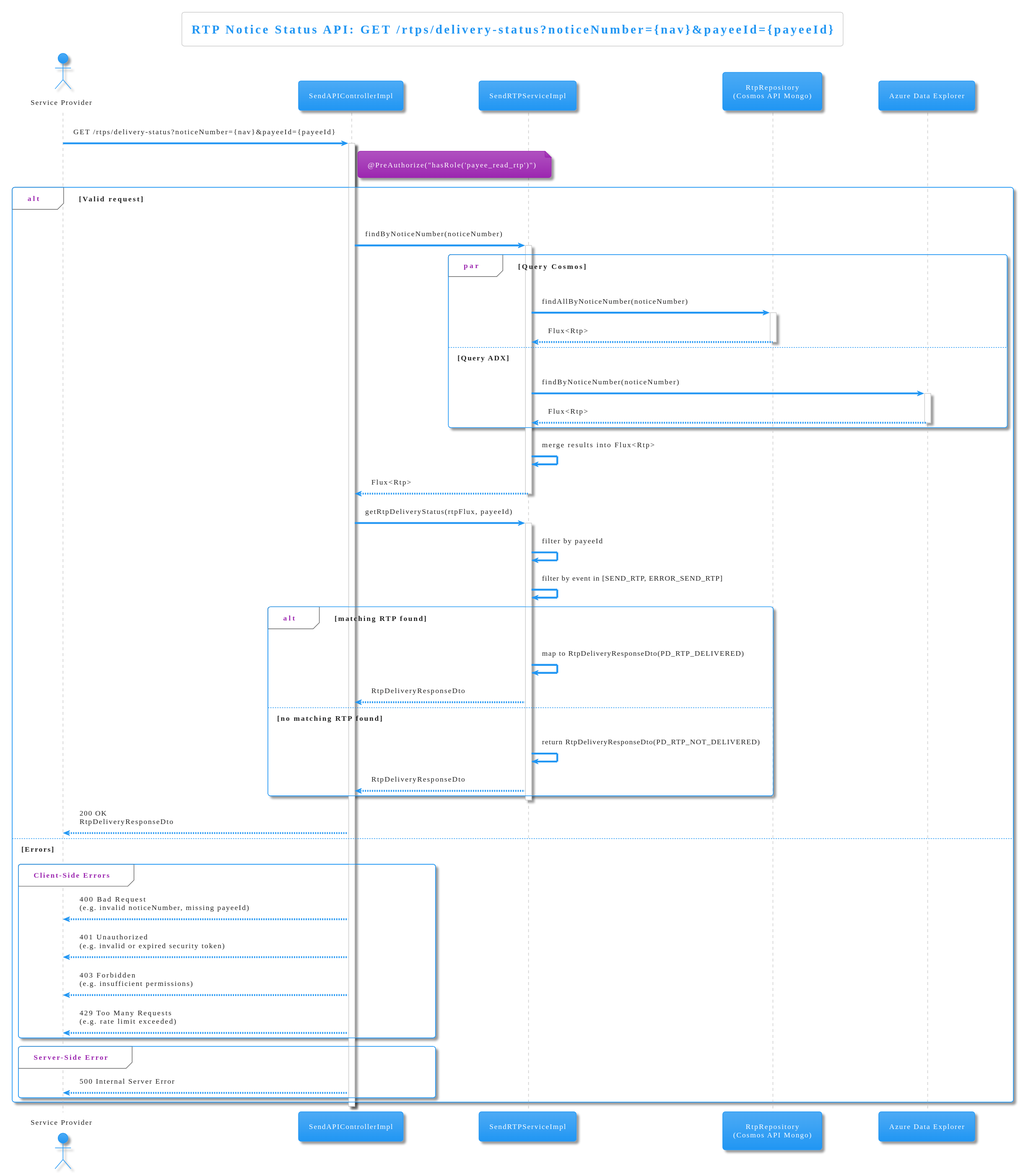
Above: diagrams/get-delivery-status.svg in pagopa/rtp-docs (PlantUML), before the change.
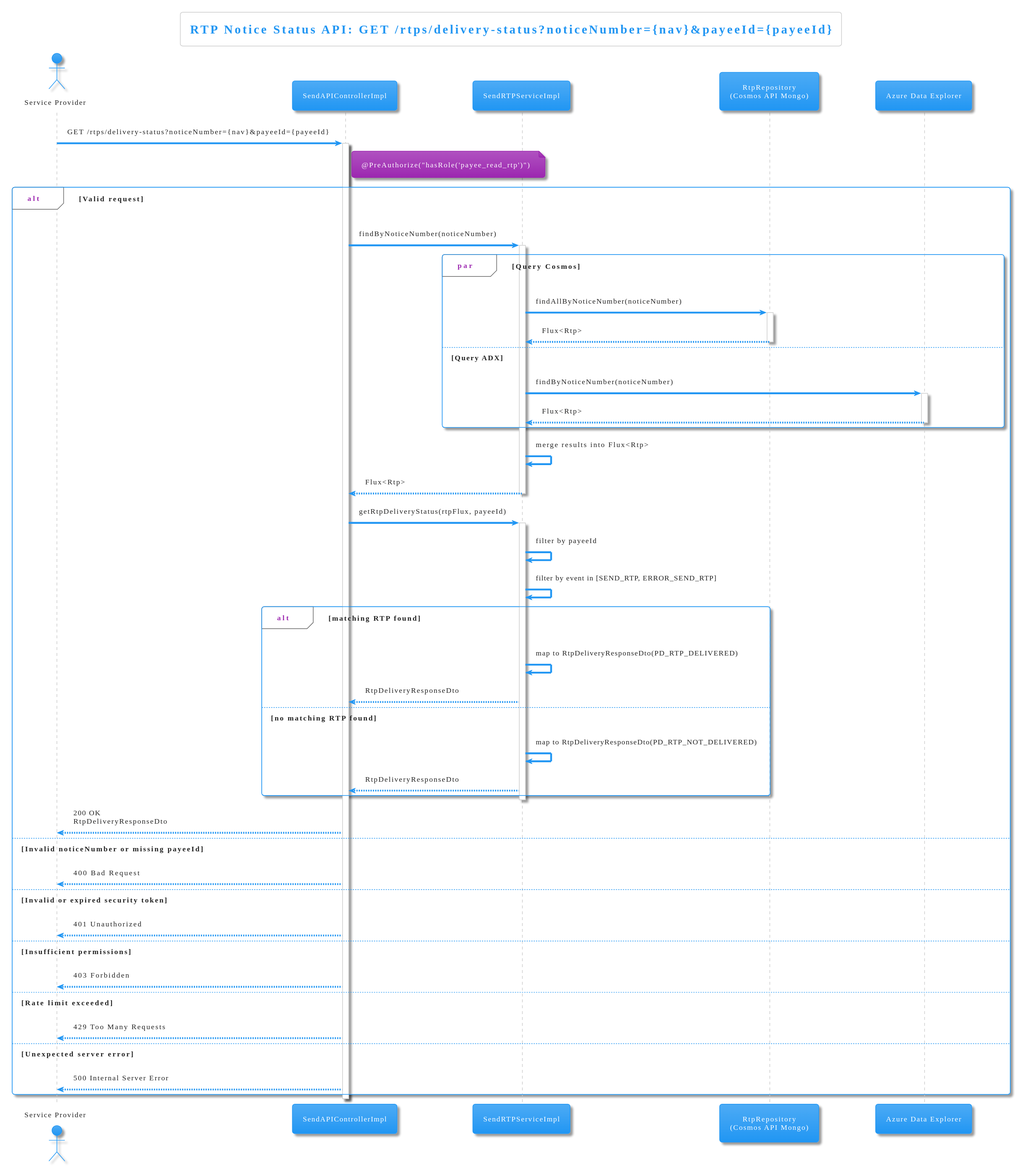
Above is the later version.

Change to the diagram source:
```diff
@@ -43,25 +43,27 @@
         Service -> Service : map to RtpDeliveryResponseDto(PD_RTP_DELIVERED)
         Service --> Controller : RtpDeliveryResponseDto
     else no matching RTP found
-        Service -> Service : return RtpDeliveryResponseDto(PD_RTP_NOT_DELIVERED)
+        Service -> Service : map to RtpDeliveryResponseDto(PD_RTP_NOT_DELIVERED)
         Service --> Controller : RtpDeliveryResponseDto
     end
 
     deactivate Service
     Controller --> Client : 200 OK\nRtpDeliveryResponseDto
 
-else Errors
+else Invalid noticeNumber or missing payeeId
+    Controller --> Client : 400 Bad Request
 
-    group Client-Side Errors
-        Controller --> Client : 400 Bad Request\n(e.g. invalid noticeNumber, missing payeeId)
-        Controller --> Client : 401 Unauthorized\n(e.g. invalid or expired security token)
-        Controller --> Client : 403 Forbidden\n(e.g. insufficient permissions)
-        Controller --> Client : 429 Too Many Requests\n(e.g. rate limit exceeded)
-    end group
+else Invalid or expired security token
+    Controller --> Client : 401 Unauthorized
 
-    group Server-Side Error
-        Controller --> Client : 500 Internal Server Error
-    end group
+else Insufficient permissions
+    Controller --> Client : 403 Forbidden
+
+else Rate limit exceeded
+    Controller --> Client : 429 Too Many Requests
+
+else Unexpected server error
+    Controller --> Client : 500 Internal Server Error
 
 end
 
```
